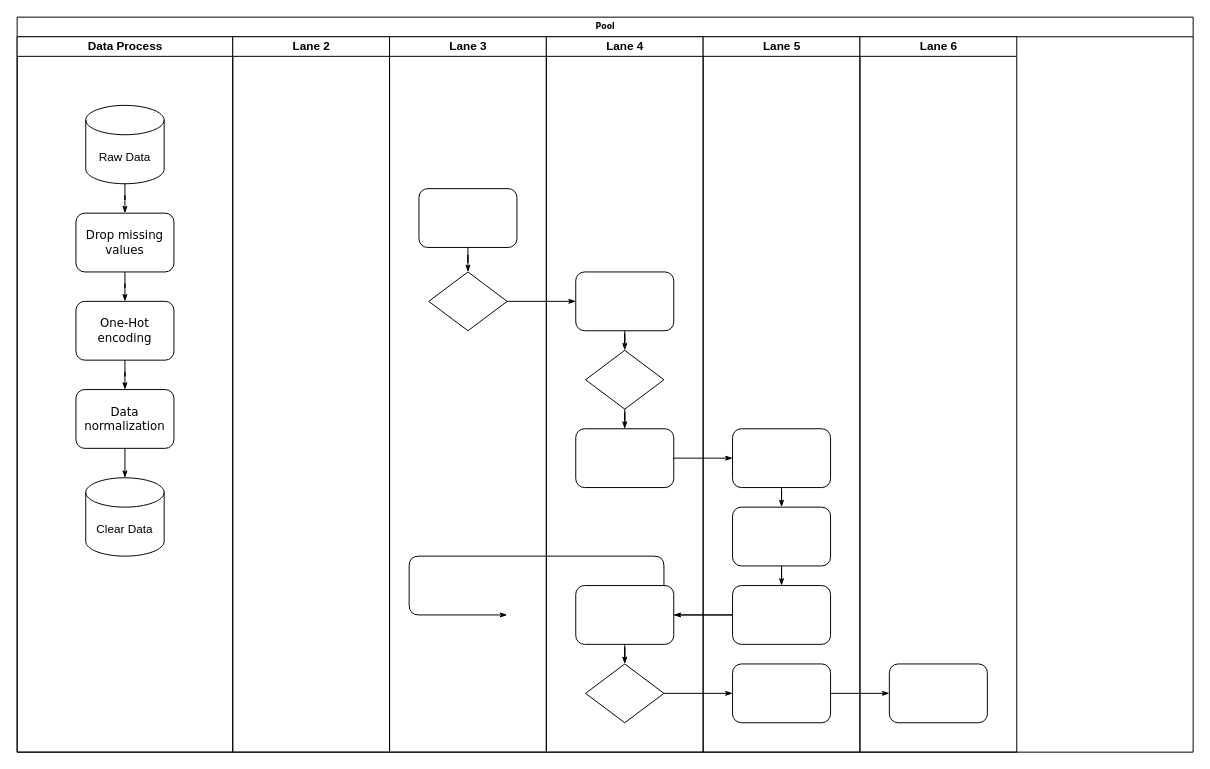
This is Untitled Diagram.drawio from puresummersky/ML_web, a draw.io file, before an edit. Source tidied: cells renumbered, new cells numbered last; positions are measured from the earlier drawing's top-left corner, leaving out a move shared by most shapes. Both pictures are drawn from the tidied source at 98%, with x=0, y=0 at pixel (17, 17).
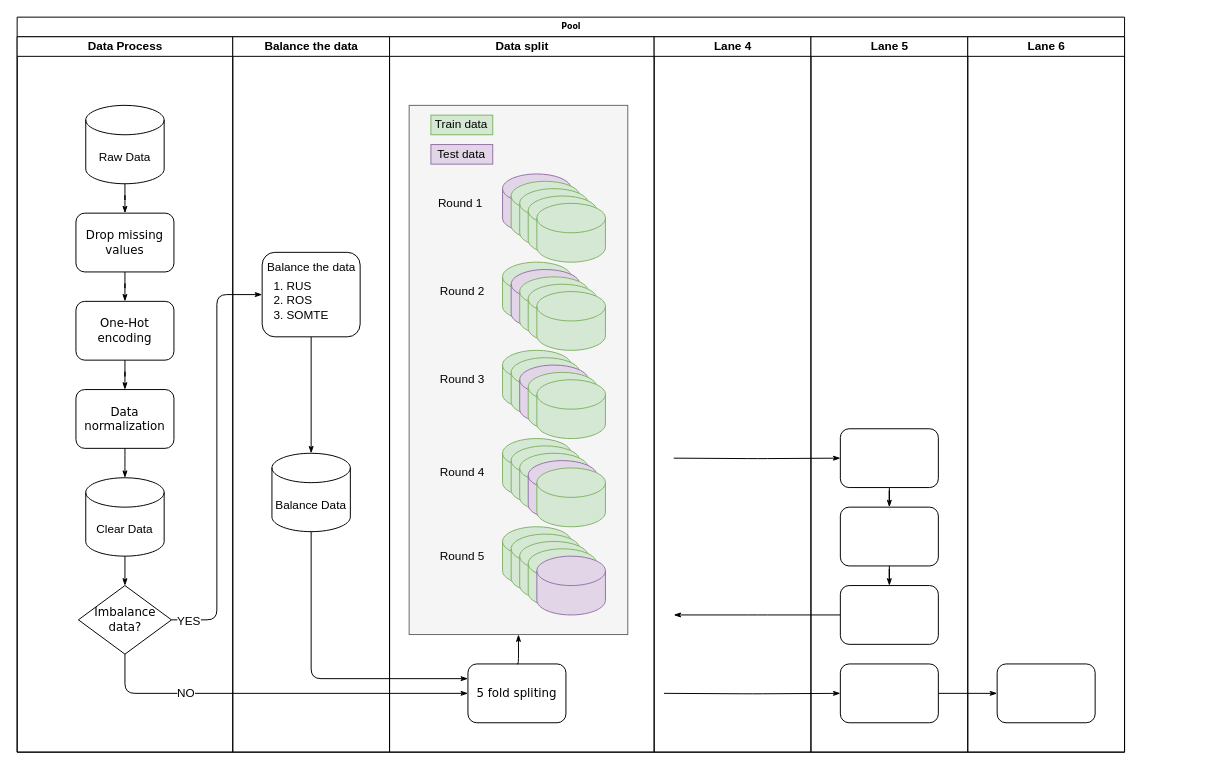
The same diagram, later.

Commit message:
data split

The change refers to these unchanged cells:
```xml
<mxCell id="9" value="Data Process" style="swimlane;html=1;startSize=20;" parent="2" vertex="1">
  <mxGeometry y="20" width="220" height="730" as="geometry" />
</mxCell>
<mxCell id="13" value="Data normalization" style="rounded=1;whiteSpace=wrap;html=1;shadow=0;labelBackgroundColor=none;strokeWidth=1;fontFamily=Verdana;fontSize=12;align=center;" parent="9" vertex="1">
  <mxGeometry x="60" y="360" width="100" height="60" as="geometry" />
</mxCell>
<mxCell id="17" value="&lt;div&gt;Clear Data&lt;/div&gt;" style="shape=cylinder3;whiteSpace=wrap;html=1;boundedLbl=1;backgroundOutline=1;size=15;" parent="9" vertex="1">
  <mxGeometry x="70" y="450" width="80" height="80" as="geometry" />
</mxCell>
<mxCell id="34" style="rounded=1;whiteSpace=wrap;html=1;shadow=0;labelBackgroundColor=none;strokeWidth=1;fontFamily=Verdana;fontSize=8;align=center;" parent="33" vertex="1">
  <mxGeometry x="30" y="400" width="100" height="60" as="geometry" />
</mxCell>
<mxCell id="36" style="rounded=1;whiteSpace=wrap;html=1;shadow=0;labelBackgroundColor=none;strokeWidth=1;fontFamily=Verdana;fontSize=8;align=center;" parent="33" vertex="1">
  <mxGeometry x="30" y="560" width="100" height="60" as="geometry" />
</mxCell>
<mxCell id="37" style="rounded=1;whiteSpace=wrap;html=1;shadow=0;labelBackgroundColor=none;strokeWidth=1;fontFamily=Verdana;fontSize=8;align=center;" parent="33" vertex="1">
  <mxGeometry x="30" y="640" width="100" height="60" as="geometry" />
</mxCell>
```

Diff of the diagram source:
```diff
@@
     <mxCell id="2" value="Pool" style="swimlane;html=1;startSize=20;rounded=0;shadow=0;labelBackgroundColor=none;strokeWidth=1;fontFamily=Verdana;fontSize=8;align=center;" parent="1" vertex="1">
-      <mxGeometry width="1200" height="750" as="geometry" />
+      <mxGeometry width="1130" height="750" as="geometry" />
     </mxCell>
-    <mxCell id="3" style="edgeStyle=orthogonalEdgeStyle;rounded=1;html=1;labelBackgroundColor=none;startArrow=none;startFill=0;startSize=5;endArrow=classicThin;endFill=1;endSize=5;jettySize=auto;strokeWidth=1;fontFamily=Verdana;fontSize=8;" parent="2" edge="1" source="22" target="25">
-      <mxGeometry relative="1" as="geometry" />
-    </mxCell>
-    <mxCell id="4" style="edgeStyle=orthogonalEdgeStyle;rounded=1;html=1;labelBackgroundColor=none;startArrow=none;startFill=0;startSize=5;endArrow=classicThin;endFill=1;endSize=5;jettySize=auto;strokeWidth=1;fontFamily=Verdana;fontSize=8;" parent="2" edge="1" source="29" target="37">
-      <mxGeometry relative="1" as="geometry" />
+    <mxCell id="4" style="edgeStyle=orthogonalEdgeStyle;rounded=1;html=1;labelBackgroundColor=none;startArrow=none;startFill=0;startSize=5;endArrow=classicThin;endFill=1;endSize=5;jettySize=auto;strokeWidth=1;fontFamily=Verdana;fontSize=8;" parent="2" edge="1" target="37">
+      <mxGeometry relative="1" as="geometry">
+        <mxPoint x="660" y="690" as="sourcePoint" />
+      </mxGeometry>
     </mxCell>
@@
-    <mxCell id="6" style="edgeStyle=orthogonalEdgeStyle;rounded=1;html=1;labelBackgroundColor=none;startArrow=none;startFill=0;startSize=5;endArrow=classicThin;endFill=1;endSize=5;jettySize=auto;strokeWidth=1;fontFamily=Verdana;fontSize=8;" parent="2" edge="1" source="27" target="34">
-      <mxGeometry relative="1" as="geometry" />
+    <mxCell id="6" style="edgeStyle=orthogonalEdgeStyle;rounded=1;html=1;labelBackgroundColor=none;startArrow=none;startFill=0;startSize=5;endArrow=classicThin;endFill=1;endSize=5;jettySize=auto;strokeWidth=1;fontFamily=Verdana;fontSize=8;" parent="2" edge="1" target="34">
+      <mxGeometry relative="1" as="geometry">
+        <mxPoint x="670" y="450" as="sourcePoint" />
+      </mxGeometry>
     </mxCell>
-    <mxCell id="7" style="edgeStyle=orthogonalEdgeStyle;rounded=1;html=1;labelBackgroundColor=none;startArrow=none;startFill=0;startSize=5;endArrow=classicThin;endFill=1;endSize=5;jettySize=auto;strokeWidth=1;fontFamily=Verdana;fontSize=8;" parent="2" edge="1" source="36">
-      <mxGeometry relative="1" as="geometry">
-        <mxPoint x="500" y="610" as="targetPoint" />
-        <Array as="points">
-          <mxPoint x="660" y="610" />
-          <mxPoint x="660" y="550" />
-          <mxPoint x="400" y="550" />
-        </Array>
-      </mxGeometry>
-    </mxCell>
-    <mxCell id="8" style="edgeStyle=orthogonalEdgeStyle;rounded=1;html=1;labelBackgroundColor=none;startArrow=none;startFill=0;startSize=5;endArrow=classicThin;endFill=1;endSize=5;jettySize=auto;strokeColor=#000000;strokeWidth=1;fontFamily=Verdana;fontSize=8;fontColor=#000000;" parent="2" edge="1" source="36" target="28">
-      <mxGeometry relative="1" as="geometry" />
+    <mxCell id="8" style="edgeStyle=orthogonalEdgeStyle;rounded=1;html=1;labelBackgroundColor=none;startArrow=none;startFill=0;startSize=5;endArrow=classicThin;endFill=1;endSize=5;jettySize=auto;strokeColor=#000000;strokeWidth=1;fontFamily=Verdana;fontSize=8;fontColor=#000000;" parent="2" edge="1" source="36">
+      <mxGeometry relative="1" as="geometry">
+        <mxPoint x="670" y="610" as="targetPoint" />
+      </mxGeometry>
     </mxCell>
@@
-    <mxCell id="18" style="edgeStyle=orthogonalEdgeStyle;rounded=1;html=1;labelBackgroundColor=none;startArrow=none;startFill=0;startSize=5;endArrow=classicThin;endFill=1;endSize=5;jettySize=auto;strokeWidth=1;fontFamily=Verdana;fontSize=8;exitX=0.5;exitY=1;exitDx=0;exitDy=0;entryX=0.5;entryY=0;entryDx=0;entryDy=0;entryPerimeter=0;" parent="9" edge="1" source="13" target="17">
+    <mxCell id="18" style="edgeStyle=elbowEdgeStyle;rounded=1;html=1;labelBackgroundColor=none;startArrow=none;startFill=0;startSize=5;endArrow=classicThin;endFill=1;endSize=5;jettySize=auto;strokeWidth=1;fontFamily=Verdana;fontSize=8;exitX=0.5;exitY=1;exitDx=0;exitDy=0;entryX=0.5;entryY=0;entryDx=0;entryDy=0;entryPerimeter=0;" parent="9" edge="1" source="13" target="17">
       <mxGeometry relative="1" as="geometry" />
     </mxCell>
+    <mxCell id="42" value="Imbalance data?" style="rhombus;whiteSpace=wrap;html=1;rounded=0;shadow=0;labelBackgroundColor=none;strokeWidth=1;fontFamily=Verdana;fontSize=12;align=center;" parent="9" vertex="1">
+      <mxGeometry x="62.5" y="560" width="95" height="70" as="geometry" />
+    </mxCell>
+    <mxCell id="43" style="edgeStyle=orthogonalEdgeStyle;rounded=1;html=1;labelBackgroundColor=none;startArrow=none;startFill=0;startSize=5;endArrow=classicThin;endFill=1;endSize=5;jettySize=auto;strokeWidth=1;fontFamily=Verdana;fontSize=8;exitX=0.5;exitY=1;exitDx=0;exitDy=0;entryX=0.5;entryY=0;entryDx=0;entryDy=0;exitPerimeter=0;" parent="9" edge="1" source="17" target="42">
+      <mxGeometry relative="1" as="geometry" />
+    </mxCell>
-    <mxCell id="19" value="Lane 2" style="swimlane;html=1;startSize=20;" parent="2" vertex="1">
+    <mxCell id="19" value="Balance the data" style="swimlane;html=1;startSize=20;" parent="2" vertex="1">
       <mxGeometry x="220" y="20" width="160" height="730" as="geometry" />
     </mxCell>
+    <mxCell id="44" value="&lt;div&gt;Balance Data&lt;/div&gt;" style="shape=cylinder3;whiteSpace=wrap;html=1;boundedLbl=1;backgroundOutline=1;size=15;" parent="19" vertex="1">
+      <mxGeometry x="40" y="425" width="80" height="80" as="geometry" />
+    </mxCell>
+    <mxCell id="45" style="edgeStyle=orthogonalEdgeStyle;rounded=1;html=1;labelBackgroundColor=none;startArrow=none;startFill=0;startSize=5;endArrow=classicThin;endFill=1;endSize=5;jettySize=auto;strokeWidth=1;fontFamily=Verdana;fontSize=8;exitX=0.5;exitY=1;exitDx=0;exitDy=0;entryX=0.5;entryY=0;entryDx=0;entryDy=0;entryPerimeter=0;" parent="19" edge="1" source="47" target="44">
+      <mxGeometry relative="1" as="geometry" />
+    </mxCell>
+    <mxCell id="46" style="group;" parent="19" vertex="1">
+      <mxGeometry x="25" y="220" width="110" height="86.2" as="geometry" />
+    </mxCell>
+    <mxCell id="47" style="rounded=1;whiteSpace=wrap;html=1;shadow=0;labelBackgroundColor=none;strokeWidth=1;fontFamily=Verdana;fontSize=12;align=center;" parent="46" vertex="1">
+      <mxGeometry x="5" width="100" height="86.2" as="geometry" />
+    </mxCell>
+    <mxCell id="48" value="Balance the data" style="text;html=1;align=center;verticalAlign=middle;strokeColor=none;fillColor=none;fontSize=12;" parent="46" vertex="1">
+      <mxGeometry y="5.6" width="110" height="20" as="geometry" />
+    </mxCell>
+    <mxCell id="49" value="&lt;div align=&quot;left&quot;&gt;1. RUS&lt;br&gt;&lt;/div&gt;&lt;div align=&quot;left&quot;&gt;2. ROS&lt;/div&gt;&lt;div align=&quot;left&quot;&gt;3. SOMTE&lt;br&gt;&lt;/div&gt;" style="text;html=1;align=left;verticalAlign=middle;strokeColor=none;fillColor=none;fontSize=12;" parent="46" vertex="1">
+      <mxGeometry x="15" y="23.5" width="70" height="50" as="geometry" />
+    </mxCell>
-    <mxCell id="20" value="Lane 3" style="swimlane;html=1;startSize=20;" parent="2" vertex="1">
-      <mxGeometry x="380" y="20" width="160" height="730" as="geometry" />
+    <mxCell id="20" value="&lt;div&gt;Data split&lt;/div&gt;" style="swimlane;html=1;startSize=20;" parent="2" vertex="1">
+      <mxGeometry x="380" y="20" width="270" height="730" as="geometry" />
     </mxCell>
-    <mxCell id="21" style="rounded=1;whiteSpace=wrap;html=1;shadow=0;labelBackgroundColor=none;strokeWidth=1;fontFamily=Verdana;fontSize=8;align=center;" parent="20" vertex="1">
-      <mxGeometry x="30" y="155" width="100" height="60" as="geometry" />
-    </mxCell>
-    <mxCell id="22" style="rhombus;whiteSpace=wrap;html=1;rounded=0;shadow=0;labelBackgroundColor=none;strokeWidth=1;fontFamily=Verdana;fontSize=8;align=center;" parent="20" vertex="1">
-      <mxGeometry x="40" y="240" width="80" height="60" as="geometry" />
-    </mxCell>
-    <mxCell id="23" style="edgeStyle=orthogonalEdgeStyle;rounded=1;html=1;labelBackgroundColor=none;startArrow=none;startFill=0;startSize=5;endArrow=classicThin;endFill=1;endSize=5;jettySize=auto;strokeWidth=1;fontFamily=Verdana;fontSize=8;" parent="20" edge="1" source="21" target="22">
-      <mxGeometry relative="1" as="geometry" />
-    </mxCell>
+    <mxCell id="50" value="5 fold spliting" style="rounded=1;whiteSpace=wrap;html=1;shadow=0;labelBackgroundColor=none;strokeWidth=1;fontFamily=Verdana;fontSize=12;align=center;" parent="20" vertex="1">
+      <mxGeometry x="80" y="640" width="100" height="60" as="geometry" />
+    </mxCell>
+    <mxCell id="51" style="group;" parent="20" vertex="1">
+      <mxGeometry x="20" y="70" width="223.1" height="540" as="geometry" />
+    </mxCell>
+    <mxCell id="52" style="rounded=0;whiteSpace=wrap;html=1;fontSize=12;strokeWidth=1;fillColor=#f5f5f5;fontColor=#333333;strokeColor=#666666;" parent="51" vertex="1">
+      <mxGeometry width="223.1" height="540" as="geometry" />
+    </mxCell>
+    <mxCell id="53" value="Train data" style="rounded=0;whiteSpace=wrap;html=1;fontSize=12;strokeWidth=1;fillColor=#d5e8d4;strokeColor=#82b366;" parent="51" vertex="1">
+      <mxGeometry x="22.2" y="10" width="63.1" height="20" as="geometry" />
+    </mxCell>
+    <mxCell id="54" value="Test data" style="rounded=0;whiteSpace=wrap;html=1;fontSize=12;strokeWidth=1;fillColor=#e1d5e7;strokeColor=#9673a6;" parent="51" vertex="1">
+      <mxGeometry x="22.2" y="40" width="63.1" height="20" as="geometry" />
+    </mxCell>
+    <mxCell id="55" style="group;" parent="51" vertex="1">
+      <mxGeometry x="95.3" y="70" width="105" height="450" as="geometry" />
+    </mxCell>
+    <mxCell id="56" style="shape=cylinder3;whiteSpace=wrap;html=1;boundedLbl=1;backgroundOutline=1;size=15;fillColor=#d5e8d4;strokeColor=#82b366;" parent="55" vertex="1">
+      <mxGeometry y="360" width="70" height="60" as="geometry" />
+    </mxCell>
+    <mxCell id="57" style="shape=cylinder3;whiteSpace=wrap;html=1;boundedLbl=1;backgroundOutline=1;size=15;fillColor=#d5e8d4;strokeColor=#82b366;" parent="55" vertex="1">
+      <mxGeometry x="8.8" y="367.5" width="70" height="60" as="geometry" />
+    </mxCell>
+    <mxCell id="58" style="shape=cylinder3;whiteSpace=wrap;html=1;boundedLbl=1;backgroundOutline=1;size=15;fillColor=#d5e8d4;strokeColor=#82b366;" parent="55" vertex="1">
+      <mxGeometry x="17.5" y="375" width="70" height="60" as="geometry" />
+    </mxCell>
+    <mxCell id="59" style="shape=cylinder3;whiteSpace=wrap;html=1;boundedLbl=1;backgroundOutline=1;size=15;fillColor=#d5e8d4;strokeColor=#82b366;" parent="55" vertex="1">
+      <mxGeometry x="26.2" y="382.5" width="70" height="60" as="geometry" />
+    </mxCell>
+    <mxCell id="60" style="shape=cylinder3;whiteSpace=wrap;html=1;boundedLbl=1;backgroundOutline=1;size=15;fillColor=#e1d5e7;strokeColor=#9673a6;" parent="55" vertex="1">
+      <mxGeometry x="35" y="390" width="70" height="60" as="geometry" />
+    </mxCell>
+    <mxCell id="61" style="shape=cylinder3;whiteSpace=wrap;html=1;boundedLbl=1;backgroundOutline=1;size=15;fillColor=#d5e8d4;strokeColor=#82b366;" parent="55" vertex="1">
+      <mxGeometry y="270" width="70" height="60" as="geometry" />
+    </mxCell>
+    <mxCell id="62" style="shape=cylinder3;whiteSpace=wrap;html=1;boundedLbl=1;backgroundOutline=1;size=15;fillColor=#d5e8d4;strokeColor=#82b366;" parent="55" vertex="1">
+      <mxGeometry x="8.8" y="277.5" width="70" height="60" as="geometry" />
+    </mxCell>
+    <mxCell id="63" style="shape=cylinder3;whiteSpace=wrap;html=1;boundedLbl=1;backgroundOutline=1;size=15;fillColor=#d5e8d4;strokeColor=#82b366;" parent="55" vertex="1">
+      <mxGeometry x="17.5" y="285" width="70" height="60" as="geometry" />
+    </mxCell>
+    <mxCell id="64" style="shape=cylinder3;whiteSpace=wrap;html=1;boundedLbl=1;backgroundOutline=1;size=15;fillColor=#e1d5e7;strokeColor=#9673a6;" parent="55" vertex="1">
+      <mxGeometry x="26.2" y="292.5" width="70" height="60" as="geometry" />
+    </mxCell>
+    <mxCell id="65" style="shape=cylinder3;whiteSpace=wrap;html=1;boundedLbl=1;backgroundOutline=1;size=15;fillColor=#d5e8d4;strokeColor=#82b366;" parent="55" vertex="1">
+      <mxGeometry x="35" y="300" width="70" height="60" as="geometry" />
+    </mxCell>
+    <mxCell id="66" style="shape=cylinder3;whiteSpace=wrap;html=1;boundedLbl=1;backgroundOutline=1;size=15;fillColor=#d5e8d4;strokeColor=#82b366;" parent="55" vertex="1">
+      <mxGeometry y="180" width="70" height="60" as="geometry" />
+    </mxCell>
+    <mxCell id="67" style="shape=cylinder3;whiteSpace=wrap;html=1;boundedLbl=1;backgroundOutline=1;size=15;fillColor=#d5e8d4;strokeColor=#82b366;" parent="55" vertex="1">
+      <mxGeometry x="8.8" y="187.5" width="70" height="60" as="geometry" />
+    </mxCell>
+    <mxCell id="68" style="shape=cylinder3;whiteSpace=wrap;html=1;boundedLbl=1;backgroundOutline=1;size=15;fillColor=#e1d5e7;strokeColor=#9673a6;" parent="55" vertex="1">
+      <mxGeometry x="17.5" y="195" width="70" height="60" as="geometry" />
+    </mxCell>
+    <mxCell id="69" style="shape=cylinder3;whiteSpace=wrap;html=1;boundedLbl=1;backgroundOutline=1;size=15;fillColor=#d5e8d4;strokeColor=#82b366;" parent="55" vertex="1">
+      <mxGeometry x="26.2" y="202.5" width="70" height="60" as="geometry" />
+    </mxCell>
+    <mxCell id="70" style="shape=cylinder3;whiteSpace=wrap;html=1;boundedLbl=1;backgroundOutline=1;size=15;fillColor=#d5e8d4;strokeColor=#82b366;" parent="55" vertex="1">
+      <mxGeometry x="35" y="210" width="70" height="60" as="geometry" />
+    </mxCell>
+    <mxCell id="71" style="shape=cylinder3;whiteSpace=wrap;html=1;boundedLbl=1;backgroundOutline=1;size=15;fillColor=#d5e8d4;strokeColor=#82b366;" parent="55" vertex="1">
+      <mxGeometry y="90" width="70" height="60" as="geometry" />
+    </mxCell>
+    <mxCell id="72" style="shape=cylinder3;whiteSpace=wrap;html=1;boundedLbl=1;backgroundOutline=1;size=15;fillColor=#e1d5e7;strokeColor=#9673a6;" parent="55" vertex="1">
+      <mxGeometry x="8.8" y="97.5" width="70" height="60" as="geometry" />
+    </mxCell>
+    <mxCell id="73" style="shape=cylinder3;whiteSpace=wrap;html=1;boundedLbl=1;backgroundOutline=1;size=15;fillColor=#d5e8d4;strokeColor=#82b366;" parent="55" vertex="1">
+      <mxGeometry x="17.5" y="105" width="70" height="60" as="geometry" />
+    </mxCell>
+    <mxCell id="74" style="shape=cylinder3;whiteSpace=wrap;html=1;boundedLbl=1;backgroundOutline=1;size=15;fillColor=#d5e8d4;strokeColor=#82b366;" parent="55" vertex="1">
+      <mxGeometry x="26.2" y="112.5" width="70" height="60" as="geometry" />
+    </mxCell>
+    <mxCell id="75" style="shape=cylinder3;whiteSpace=wrap;html=1;boundedLbl=1;backgroundOutline=1;size=15;fillColor=#d5e8d4;strokeColor=#82b366;" parent="55" vertex="1">
+      <mxGeometry x="35" y="120" width="70" height="60" as="geometry" />
+    </mxCell>
+    <mxCell id="76" style="shape=cylinder3;whiteSpace=wrap;html=1;boundedLbl=1;backgroundOutline=1;size=15;fillColor=#e1d5e7;strokeColor=#9673a6;" parent="55" vertex="1">
+      <mxGeometry width="70" height="60" as="geometry" />
+    </mxCell>
+    <mxCell id="77" style="shape=cylinder3;whiteSpace=wrap;html=1;boundedLbl=1;backgroundOutline=1;size=15;fillColor=#d5e8d4;strokeColor=#82b366;" parent="55" vertex="1">
+      <mxGeometry x="8.8" y="7.5" width="70" height="60" as="geometry" />
+    </mxCell>
+    <mxCell id="78" style="shape=cylinder3;whiteSpace=wrap;html=1;boundedLbl=1;backgroundOutline=1;size=15;fillColor=#d5e8d4;strokeColor=#82b366;" parent="55" vertex="1">
+      <mxGeometry x="17.5" y="15" width="70" height="60" as="geometry" />
+    </mxCell>
+    <mxCell id="79" style="shape=cylinder3;whiteSpace=wrap;html=1;boundedLbl=1;backgroundOutline=1;size=15;fillColor=#d5e8d4;strokeColor=#82b366;" parent="55" vertex="1">
+      <mxGeometry x="26.2" y="22.5" width="70" height="60" as="geometry" />
+    </mxCell>
+    <mxCell id="80" style="shape=cylinder3;whiteSpace=wrap;html=1;boundedLbl=1;backgroundOutline=1;size=15;fillColor=#d5e8d4;strokeColor=#82b366;" parent="55" vertex="1">
+      <mxGeometry x="35" y="30" width="70" height="60" as="geometry" />
+    </mxCell>
+    <mxCell id="81" value="Round 1" style="text;html=1;align=center;verticalAlign=middle;strokeColor=none;fillColor=none;fontSize=12;" parent="51" vertex="1">
+      <mxGeometry x="22.2" y="90" width="60" height="20" as="geometry" />
+    </mxCell>
+    <mxCell id="82" value="Round 2" style="text;html=1;align=center;verticalAlign=middle;strokeColor=none;fillColor=none;fontSize=12;" parent="51" vertex="1">
+      <mxGeometry x="23.7" y="180" width="60" height="20" as="geometry" />
+    </mxCell>
+    <mxCell id="83" value="Round 3" style="text;html=1;align=center;verticalAlign=middle;strokeColor=none;fillColor=none;fontSize=12;" parent="51" vertex="1">
+      <mxGeometry x="23.7" y="270" width="60" height="20" as="geometry" />
+    </mxCell>
+    <mxCell id="84" value="Round 4" style="text;html=1;align=center;verticalAlign=middle;strokeColor=none;fillColor=none;fontSize=12;" parent="51" vertex="1">
+      <mxGeometry x="23.7" y="365" width="60" height="20" as="geometry" />
+    </mxCell>
+    <mxCell id="85" value="Round 5" style="text;html=1;align=center;verticalAlign=middle;strokeColor=none;fillColor=none;fontSize=12;" parent="51" vertex="1">
+      <mxGeometry x="23.8" y="450" width="60" height="20" as="geometry" />
+    </mxCell>
+    <mxCell id="86" style="edgeStyle=orthogonalEdgeStyle;rounded=1;html=1;labelBackgroundColor=none;startArrow=none;startFill=0;startSize=5;endArrow=classicThin;endFill=1;endSize=5;jettySize=auto;strokeWidth=1;fontFamily=Verdana;fontSize=8;entryX=0.5;entryY=1;entryDx=0;entryDy=0;exitX=0.5;exitY=0;exitDx=0;exitDy=0;" parent="20" edge="1" source="50" target="52">
+      <mxGeometry relative="1" as="geometry" />
+    </mxCell>
     <mxCell id="24" value="Lane 4" style="swimlane;html=1;startSize=20;" parent="2" vertex="1">
-      <mxGeometry x="540" y="20" width="160" height="730" as="geometry" />
+      <mxGeometry x="650" y="20" width="160" height="730" as="geometry" />
     </mxCell>
-    <mxCell id="25" style="rounded=1;whiteSpace=wrap;html=1;shadow=0;labelBackgroundColor=none;strokeWidth=1;fontFamily=Verdana;fontSize=8;align=center;" parent="24" vertex="1">
-      <mxGeometry x="30" y="240" width="100" height="60" as="geometry" />
-    </mxCell>
-    <mxCell id="26" style="rhombus;whiteSpace=wrap;html=1;rounded=0;shadow=0;labelBackgroundColor=none;strokeWidth=1;fontFamily=Verdana;fontSize=8;align=center;" parent="24" vertex="1">
-      <mxGeometry x="40" y="320" width="80" height="60" as="geometry" />
-    </mxCell>
-    <mxCell id="27" style="rounded=1;whiteSpace=wrap;html=1;shadow=0;labelBackgroundColor=none;strokeWidth=1;fontFamily=Verdana;fontSize=8;align=center;" parent="24" vertex="1">
-      <mxGeometry x="30" y="400" width="100" height="60" as="geometry" />
-    </mxCell>
-    <mxCell id="28" style="rounded=1;whiteSpace=wrap;html=1;shadow=0;labelBackgroundColor=none;strokeWidth=1;fontFamily=Verdana;fontSize=8;align=center;" parent="24" vertex="1">
-      <mxGeometry x="30" y="560" width="100" height="60" as="geometry" />
-    </mxCell>
-    <mxCell id="29" style="rhombus;whiteSpace=wrap;html=1;rounded=0;shadow=0;labelBackgroundColor=none;strokeWidth=1;fontFamily=Verdana;fontSize=8;align=center;" parent="24" vertex="1">
-      <mxGeometry x="40" y="640" width="80" height="60" as="geometry" />
-    </mxCell>
-    <mxCell id="30" style="edgeStyle=orthogonalEdgeStyle;rounded=1;html=1;labelBackgroundColor=none;startArrow=none;startFill=0;startSize=5;endArrow=classicThin;endFill=1;endSize=5;jettySize=auto;strokeColor=#000000;strokeWidth=1;fontFamily=Verdana;fontSize=8;fontColor=#000000;" parent="24" edge="1" source="25" target="26">
-      <mxGeometry relative="1" as="geometry" />
-    </mxCell>
-    <mxCell id="31" style="edgeStyle=orthogonalEdgeStyle;rounded=1;html=1;labelBackgroundColor=none;startArrow=none;startFill=0;startSize=5;endArrow=classicThin;endFill=1;endSize=5;jettySize=auto;strokeWidth=1;fontFamily=Verdana;fontSize=8;" parent="24" edge="1" source="26" target="27">
-      <mxGeometry relative="1" as="geometry" />
-    </mxCell>
-    <mxCell id="32" style="edgeStyle=orthogonalEdgeStyle;rounded=1;html=1;labelBackgroundColor=none;startArrow=none;startFill=0;startSize=5;endArrow=classicThin;endFill=1;endSize=5;jettySize=auto;strokeWidth=1;fontFamily=Verdana;fontSize=8;" parent="24" edge="1" source="28" target="29">
-      <mxGeometry relative="1" as="geometry" />
-    </mxCell>
     <mxCell id="33" value="Lane 5" style="swimlane;html=1;startSize=20;" parent="2" vertex="1">
-      <mxGeometry x="700" y="20" width="160" height="730" as="geometry" />
+      <mxGeometry x="810" y="20" width="160" height="730" as="geometry" />
     </mxCell>
@@
     <mxCell id="40" value="Lane 6" style="swimlane;html=1;startSize=20;" parent="2" vertex="1">
-      <mxGeometry x="860" y="20" width="160" height="730" as="geometry" />
+      <mxGeometry x="970" y="20" width="160" height="730" as="geometry" />
     </mxCell>
@@
+    <mxCell id="87" style="edgeStyle=orthogonalEdgeStyle;rounded=1;html=1;labelBackgroundColor=none;startArrow=none;startFill=0;startSize=5;endArrow=classicThin;endFill=1;endSize=5;jettySize=auto;strokeWidth=1;fontFamily=Verdana;fontSize=8;exitX=0.5;exitY=1;exitDx=0;exitDy=0;entryX=0;entryY=0.5;entryDx=0;entryDy=0;" parent="2" edge="1" source="42" target="50">
+      <mxGeometry relative="1" as="geometry" />
+    </mxCell>
+    <mxCell id="88" value="&lt;div&gt;NO&lt;/div&gt;" style="edgeLabel;html=1;align=center;verticalAlign=middle;fontSize=12;" parent="87" vertex="1">
+      <mxGeometry x="-0.48" y="1" relative="1" as="geometry" />
+    </mxCell>
+    <mxCell id="89" style="edgeStyle=orthogonalEdgeStyle;rounded=1;html=1;labelBackgroundColor=none;startArrow=none;startFill=0;startSize=5;endArrow=classicThin;endFill=1;endSize=5;jettySize=auto;strokeWidth=1;fontFamily=Verdana;fontSize=8;entryX=0;entryY=0.5;entryDx=0;entryDy=0;exitX=1;exitY=0.5;exitDx=0;exitDy=0;" parent="2" edge="1" source="42" target="47">
+      <mxGeometry relative="1" as="geometry" />
+    </mxCell>
+    <mxCell id="90" value="&lt;div&gt;YES&lt;/div&gt;" style="edgeLabel;html=1;align=center;verticalAlign=middle;fontSize=12;" parent="89" vertex="1">
+      <mxGeometry x="-0.92" y="-1" relative="1" as="geometry" />
+    </mxCell>
+    <mxCell id="91" style="edgeStyle=orthogonalEdgeStyle;rounded=1;html=1;labelBackgroundColor=none;startArrow=none;startFill=0;startSize=5;endArrow=classicThin;endFill=1;endSize=5;jettySize=auto;strokeWidth=1;fontFamily=Verdana;fontSize=8;entryX=0;entryY=0.25;entryDx=0;entryDy=0;exitX=0.5;exitY=1;exitDx=0;exitDy=0;exitPerimeter=0;" parent="2" edge="1" source="44" target="50">
+      <mxGeometry relative="1" as="geometry" />
+    </mxCell>
```
